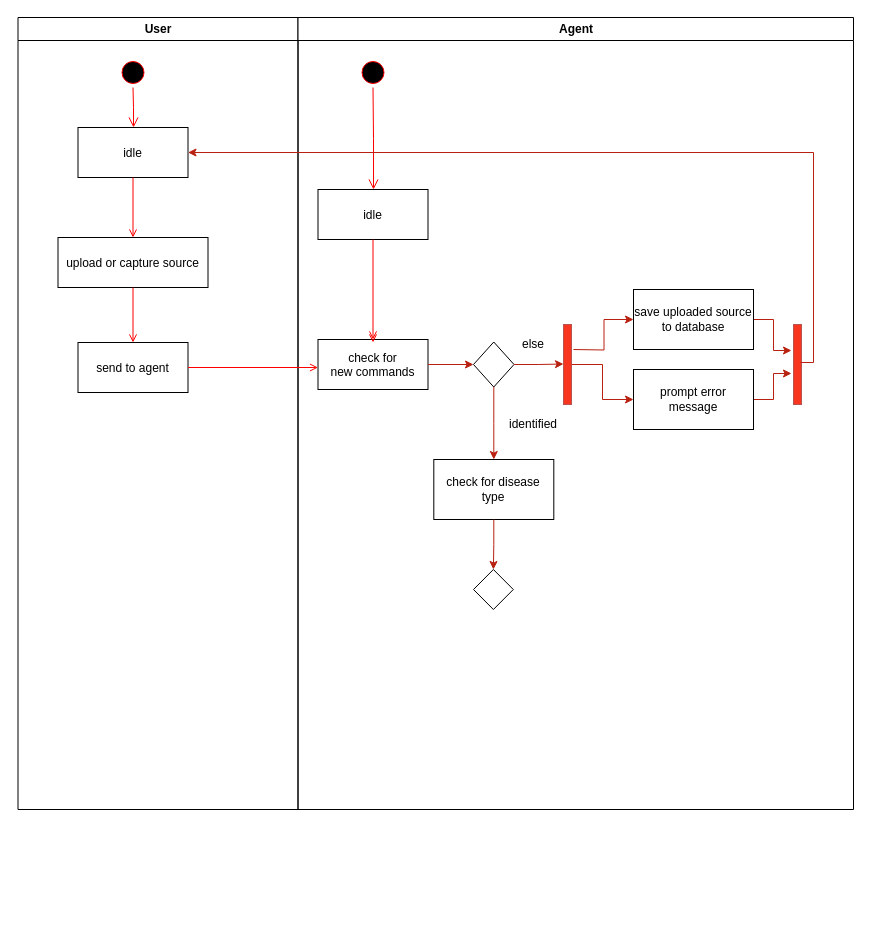
This is Untitled Diagram.drawio from ashen007/Identify-Diseases-in-Crops-leaf, a draw.io file, before an edit. Source tidied: cells renumbered, new cells numbered last; positions are measured from the earlier drawing's top-left corner, leaving out a move shared by most shapes. Both pictures are drawn from the tidied source at 100%, with x=0, y=0 at pixel (17, 17).
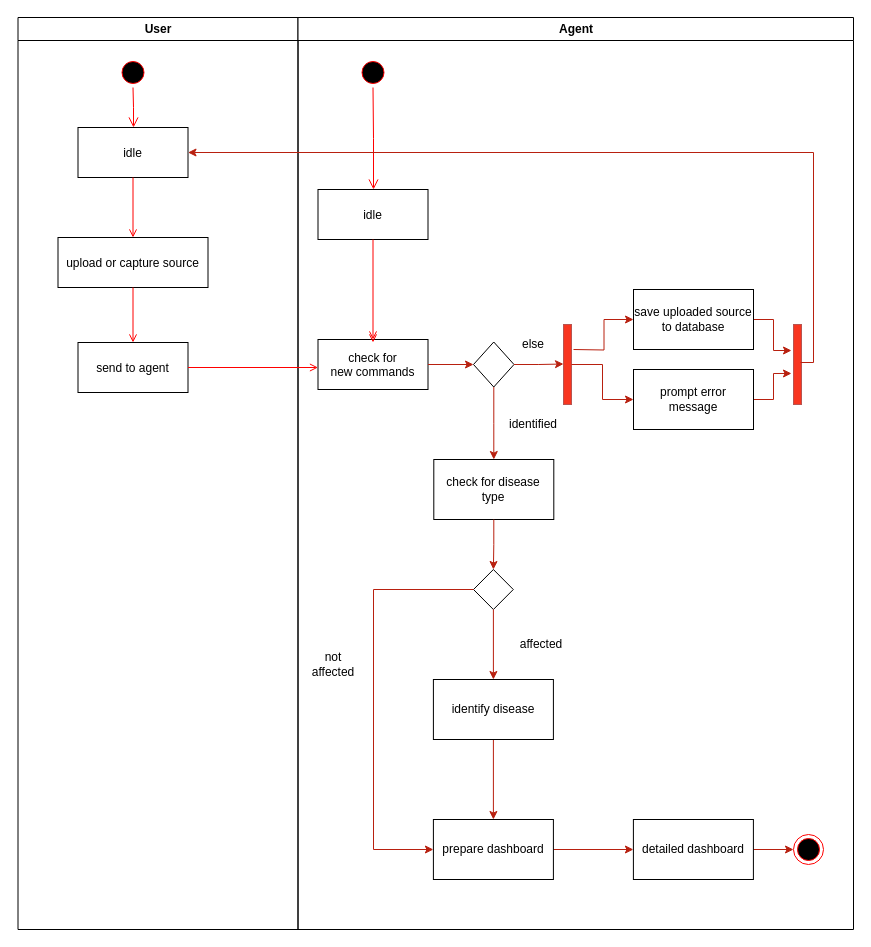
The same page after the edit.

Unchanged cells that the change refers to:
```xml
<mxCell id="31" style="rhombus;whiteSpace=wrap;html=1;" parent="10" vertex="1">
  <mxGeometry x="175.5" y="552" width="39.8" height="40" as="geometry" />
</mxCell>
```

What changed in the source:
```diff
@@
     <mxCell id="2" value="User" style="swimlane;whiteSpace=wrap;" parent="1" vertex="1">
-      <mxGeometry x="0.5" width="280" height="792" as="geometry" />
+      <mxGeometry x="0.5" width="280" height="912" as="geometry" />
     </mxCell>
@@
     <mxCell id="10" value="Agent" style="swimlane;whiteSpace=wrap;" parent="1" vertex="1">
-      <mxGeometry x="280.5" width="555.5" height="792" as="geometry" />
+      <mxGeometry x="280.5" width="555.5" height="912" as="geometry" />
     </mxCell>
@@
+    <mxCell id="36" value="affected" style="text;html=1;strokeColor=none;fillColor=none;align=center;verticalAlign=middle;whiteSpace=wrap;rounded=0;" parent="10" vertex="1">
+      <mxGeometry x="213.5" y="612" width="60" height="30" as="geometry" />
+    </mxCell>
+    <mxCell id="37" value="not affected" style="text;html=1;strokeColor=none;fillColor=none;align=center;verticalAlign=middle;whiteSpace=wrap;rounded=0;" parent="10" vertex="1">
+      <mxGeometry x="5.5" y="632" width="60" height="30" as="geometry" />
+    </mxCell>
+    <mxCell id="38" style="ellipse;html=1;shape=endState;fillColor=#000000;strokeColor=#ff0000;" parent="10" vertex="1">
+      <mxGeometry x="495.5" y="817" width="30" height="30" as="geometry" />
+    </mxCell>
@@
+    <mxCell id="39" style="edgeStyle=orthogonalEdgeStyle;rounded=0;jettySize=auto;html=1;strokeColor=#B8200F;strokeWidth=1;" parent="1" edge="1" source="40" target="43">
+      <mxGeometry relative="1" as="geometry" />
+    </mxCell>
+    <mxCell id="40" value="identify disease" style="whiteSpace=wrap;html=1;" parent="1" vertex="1">
+      <mxGeometry x="415.9" y="662" width="120" height="60" as="geometry" />
+    </mxCell>
+    <mxCell id="41" style="edgeStyle=orthogonalEdgeStyle;rounded=0;jettySize=auto;html=1;strokeColor=#B8200F;strokeWidth=1;" parent="1" edge="1" source="31" target="40">
+      <mxGeometry relative="1" as="geometry" />
+    </mxCell>
+    <mxCell id="42" style="edgeStyle=orthogonalEdgeStyle;rounded=0;jettySize=auto;html=1;strokeColor=#B8200F;strokeWidth=1;" parent="1" edge="1" source="43" target="46">
+      <mxGeometry relative="1" as="geometry" />
+    </mxCell>
+    <mxCell id="43" value="prepare dashboard" style="whiteSpace=wrap;html=1;" parent="1" vertex="1">
+      <mxGeometry x="415.9" y="802" width="120" height="60" as="geometry" />
+    </mxCell>
+    <mxCell id="44" style="edgeStyle=orthogonalEdgeStyle;rounded=0;jettySize=auto;html=1;entryX=0;entryY=0.5;entryDx=0;entryDy=0;strokeColor=#B8200F;strokeWidth=1;" parent="1" edge="1" source="31" target="43">
+      <mxGeometry relative="1" as="geometry">
+        <Array as="points">
+          <mxPoint x="356" y="572" />
+          <mxPoint x="356" y="832" />
+        </Array>
+      </mxGeometry>
+    </mxCell>
+    <mxCell id="45" style="edgeStyle=orthogonalEdgeStyle;rounded=0;jettySize=auto;html=1;strokeColor=#B8200F;strokeWidth=1;" parent="1" edge="1" source="46" target="38">
+      <mxGeometry relative="1" as="geometry" />
+    </mxCell>
+    <mxCell id="46" value="detailed dashboard" style="whiteSpace=wrap;html=1;" parent="1" vertex="1">
+      <mxGeometry x="615.9" y="802" width="120" height="60" as="geometry" />
+    </mxCell>
```
